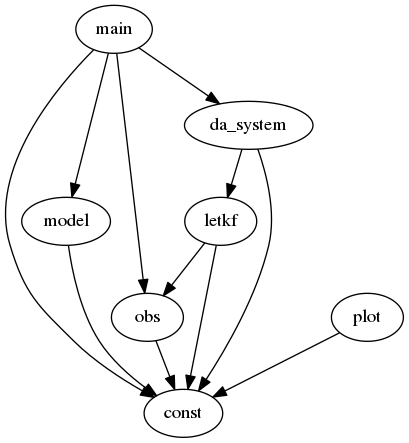
The Graphviz diagram works/2017/unified_da/documentation/graph.png in ysdtkm/DA_testbed, before a commit. Its source is kept beside it as works/2017/unified_da/documentation/graph.dot.
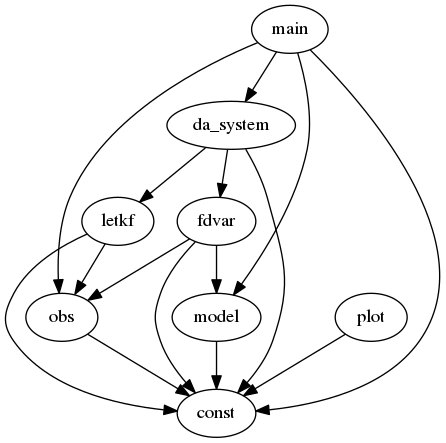
Above is the later version.

Change to the diagram source:
```diff
@@ -9,5 +9,9 @@
     plot -> const;
     da_system -> const;
     da_system -> letkf;
+    da_system -> fdvar;
     obs -> const;
+    fdvar -> model;
+    fdvar -> const;
+    fdvar -> obs;
 }
```
